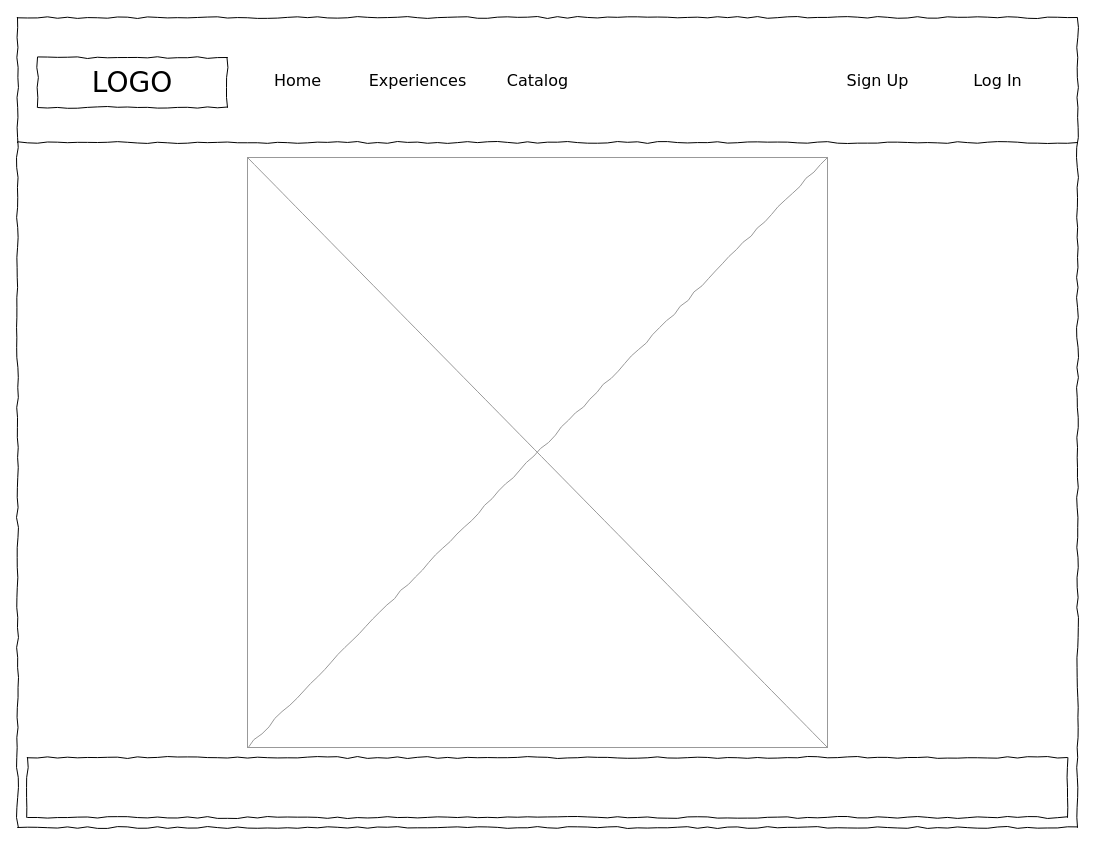
Above: Documentation/Wireframes/Home_NewUser.drawio in JTPenkalski/Skylight (draw.io), before the change. Source tidied: cells renumbered, new cells numbered last; positions are measured from the earlier drawing's top-left corner, leaving out a move shared by most shapes. Both pictures are drawn from the tidied source at 100%, with x=0, y=0 at pixel (17, 17).
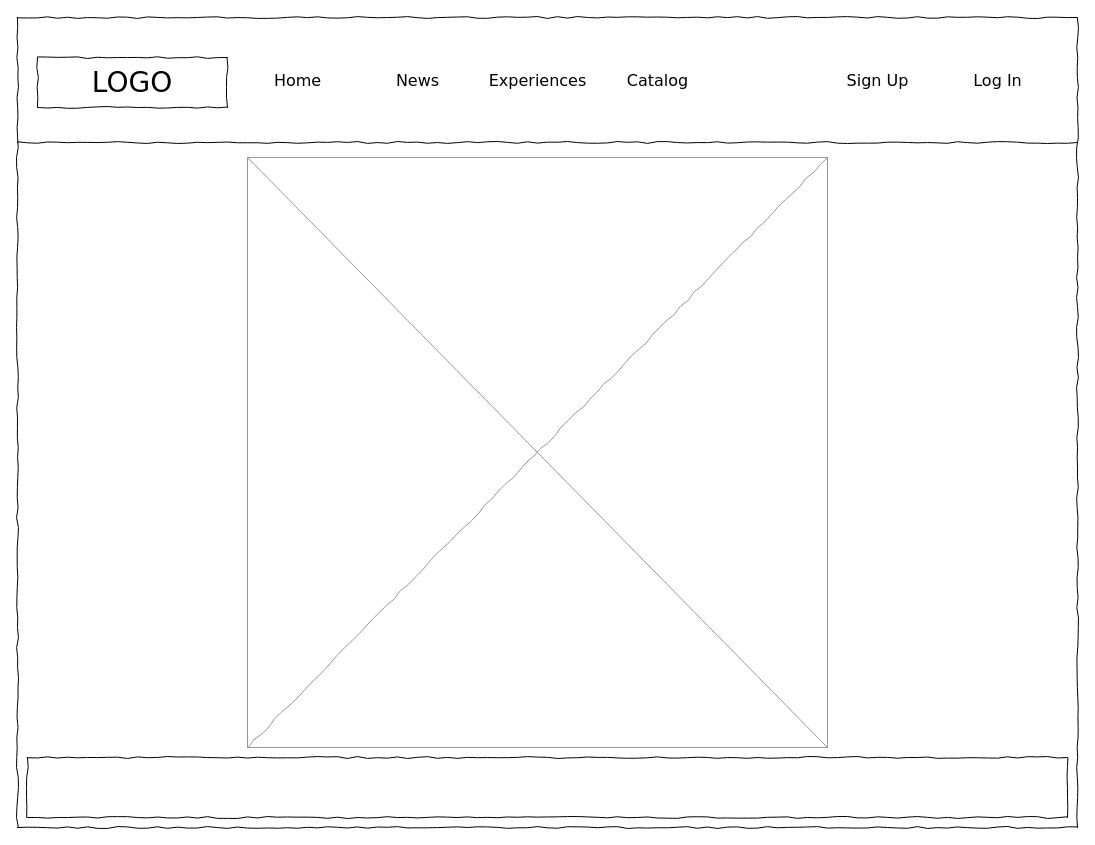
The same diagram, later.

Commit message (it also covers changes not shown here):
Added new News page to UI wireframes. Also added new concept for a general Catalog page before navigating to specific categories.

Change to the diagram source:
```diff
@@
 <mxGraphModel background="#ffffff">
   <root>
     <mxCell id="0" />
     <mxCell id="1" parent="0" />
     <mxCell id="2" style="whiteSpace=wrap;html=1;rounded=0;shadow=0;labelBackgroundColor=none;strokeColor=#000000;strokeWidth=1;fillColor=none;fontFamily=Verdana;fontSize=12;fontColor=#000000;align=center;comic=1;" parent="1" vertex="1">
       <mxGeometry width="1060" height="810" as="geometry" />
     </mxCell>
     <mxCell id="3" value="LOGO" style="whiteSpace=wrap;html=1;rounded=0;shadow=0;labelBackgroundColor=none;strokeWidth=1;fontFamily=Verdana;fontSize=28;align=center;comic=1;" parent="1" vertex="1">
       <mxGeometry x="20" y="40" width="190" height="50" as="geometry" />
     </mxCell>
     <mxCell id="4" style="line;strokeWidth=1;html=1;rounded=0;shadow=0;labelBackgroundColor=none;fillColor=none;fontFamily=Verdana;fontSize=14;fontColor=#000000;align=center;comic=1;" parent="1" vertex="1">
       <mxGeometry y="120" width="1060" height="10" as="geometry" />
     </mxCell>
     <mxCell id="5" value="Home" style="text;html=1;align=center;verticalAlign=middle;spacingTop=-4;fontSize=16;fontFamily=Verdana;" parent="1" vertex="1">
       <mxGeometry x="220" y="40" width="120" height="50" as="geometry" />
     </mxCell>
     <mxCell id="6" style="verticalLabelPosition=bottom;shadow=0;dashed=0;align=center;html=1;verticalAlign=top;strokeWidth=1;shape=mxgraph.mockup.graphics.simpleIcon;strokeColor=#999999;rounded=0;labelBackgroundColor=none;fontFamily=Verdana;fontSize=14;fontColor=#000000;comic=1;" parent="1" vertex="1">
       <mxGeometry x="230" y="140" width="580" height="590" as="geometry" />
     </mxCell>
     <mxCell id="7" style="whiteSpace=wrap;html=1;rounded=0;shadow=0;labelBackgroundColor=none;strokeWidth=1;fillColor=none;fontFamily=Verdana;fontSize=12;align=center;comic=1;" parent="1" vertex="1">
       <mxGeometry x="10" y="740" width="1040" height="60" as="geometry" />
     </mxCell>
     <mxCell id="8" value="Experiences" style="text;html=1;align=center;verticalAlign=middle;spacingTop=-4;fontSize=16;fontFamily=Verdana;" parent="1" vertex="1">
-      <mxGeometry x="340" y="40" width="120" height="50" as="geometry" />
+      <mxGeometry x="460" y="40" width="120" height="50" as="geometry" />
     </mxCell>
     <mxCell id="9" value="Sign Up" style="text;html=1;align=center;verticalAlign=middle;spacingTop=-4;fontSize=16;fontFamily=Verdana;" parent="1" vertex="1">
       <mxGeometry x="800" y="40" width="120" height="50" as="geometry" />
     </mxCell>
     <mxCell id="10" value="Log In" style="text;html=1;align=center;verticalAlign=middle;spacingTop=-4;fontSize=16;fontFamily=Verdana;" parent="1" vertex="1">
       <mxGeometry x="920" y="40" width="120" height="50" as="geometry" />
     </mxCell>
     <mxCell id="11" value="Catalog" style="text;html=1;align=center;verticalAlign=middle;spacingTop=-4;fontSize=16;fontFamily=Verdana;" parent="1" vertex="1">
-      <mxGeometry x="460" y="40" width="120" height="50" as="geometry" />
+      <mxGeometry x="580" y="40" width="120" height="50" as="geometry" />
     </mxCell>
+    <mxCell id="12" value="News" style="text;html=1;align=center;verticalAlign=middle;spacingTop=-4;fontSize=16;fontFamily=Verdana;" parent="1" vertex="1">
+      <mxGeometry x="340" y="40" width="120" height="50" as="geometry" />
+    </mxCell>
   </root>
 </mxGraphModel>
```
